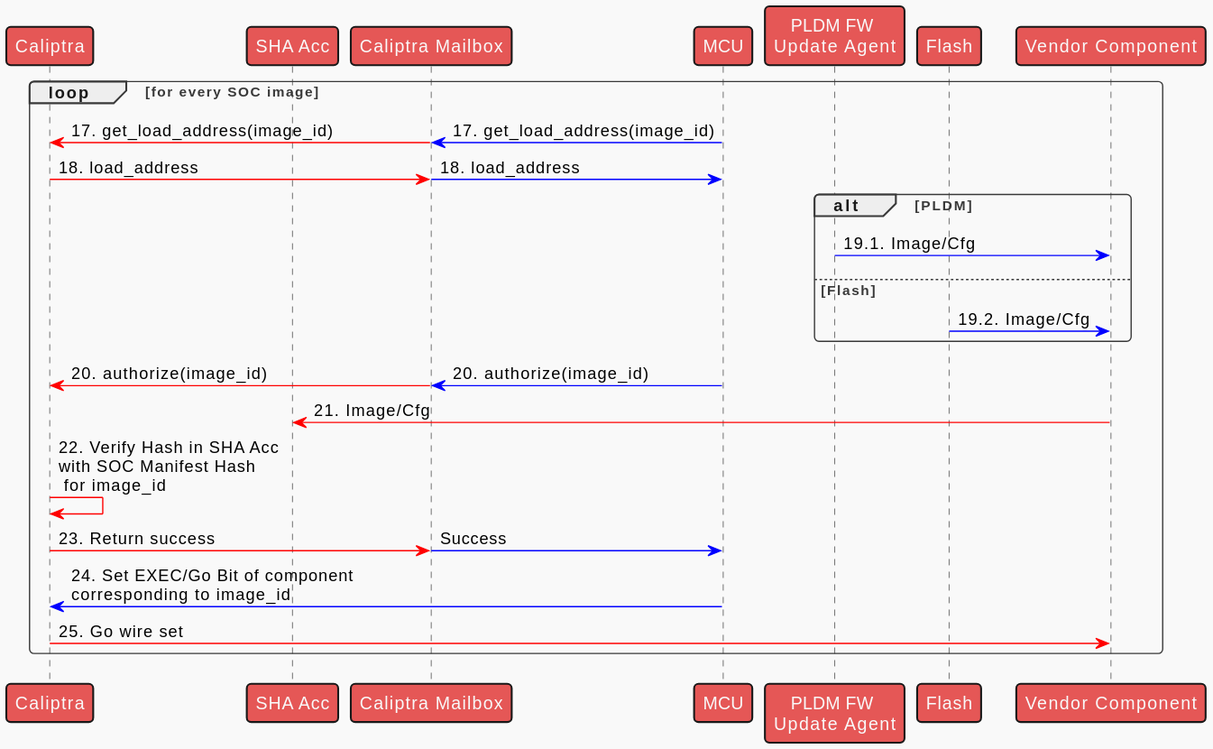
This is docs/src/images/image_loading_sequence_loop.svg from chipsalliance/caliptra-mcu-sw, a PlantUML export, as it was before one commit.
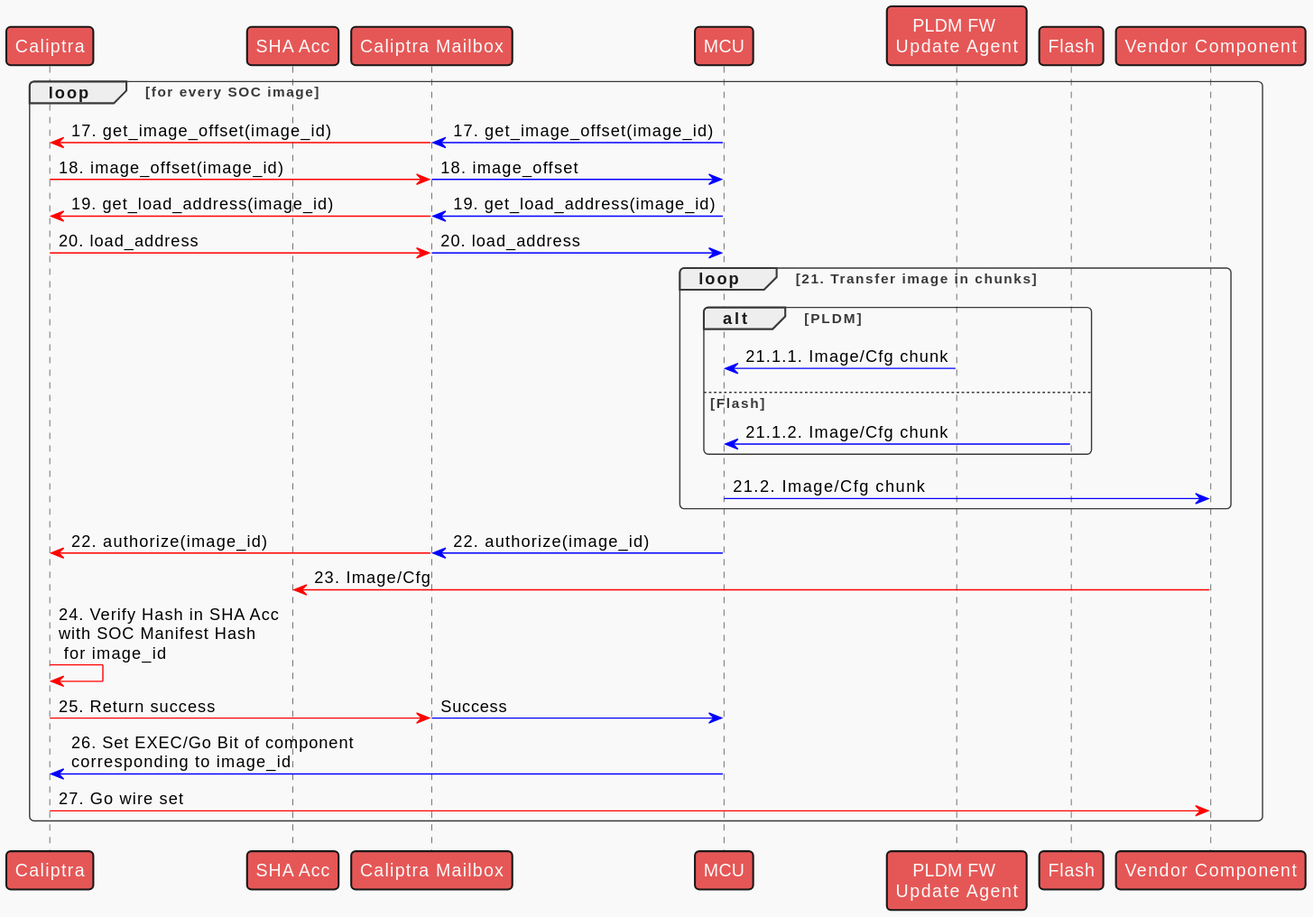
After the commit.

Commit message:
Add step to get the offset of the image using mailbox command

It is needed to get the offset of the image from caliptra so that MCU
can read the correct location in flash or in the downloaded PLDM image

Diff of the diagram source:
```diff
@@ -13,26 +13,36 @@
 
 
 loop for every SOC image
-MCU-[#blue]>Mailbox: 17. get_load_address(image_id)
-& Mailbox-[#red]>Caliptra:  17. get_load_address(image_id)
 
-Caliptra-[#red]>Mailbox: 18. load_address
-& Mailbox-[#blue]>MCU: 18. load_address
+MCU-[#blue]>Mailbox: 17. get_image_offset(image_id)
+& Mailbox-[#red]>Caliptra:  17. get_image_offset(image_id)
+
+Caliptra-[#red]>Mailbox: 18. image_offset(image_id)
+& Mailbox-[#blue]>MCU: 18. image_offset
+
+MCU-[#blue]>Mailbox: 19. get_load_address(image_id)
+& Mailbox-[#red]>Caliptra:  19. get_load_address(image_id)
+
+Caliptra-[#red]>Mailbox: 20. load_address
+& Mailbox-[#blue]>MCU: 20. load_address
+
+loop 21. Transfer image in chunks
 alt PLDM
 !pragma teoz true
-PLDM-[#blue]>component: 19.1. Image/Cfg
-
+PLDM-[#blue]>MCU: 21.1.1. Image/Cfg chunk
 else Flash
-Flash-[#blue]>component: 19.2. Image/Cfg
+Flash-[#blue]>MCU: 21.1.2. Image/Cfg chunk
 end
-MCU-[#blue]>Mailbox: 20. authorize(image_id)
-& Mailbox-[#red]>Caliptra: 20. authorize(image_id)
-component-[#red]>SHA: 21. Image/Cfg
-Caliptra-[#red]>Caliptra: 22. Verify Hash in SHA Acc \nwith SOC Manifest Hash\n for image_id
+MCU-[#blue]>component: 21.2. Image/Cfg  chunk
+end loop
+MCU-[#blue]>Mailbox: 22. authorize(image_id)
+& Mailbox-[#red]>Caliptra: 22. authorize(image_id)
+component-[#red]>SHA: 23. Image/Cfg
+Caliptra-[#red]>Caliptra: 24. Verify Hash in SHA Acc \nwith SOC Manifest Hash\n for image_id
 !pragma teoz true
-Caliptra-[#red]>Mailbox: 23. Return success
+Caliptra-[#red]>Mailbox: 25. Return success
 & Mailbox-[#blue]>MCU: Success
-MCU-[#blue]>Caliptra: 24. Set EXEC/Go Bit of component\ncorresponding to image_id
-Caliptra-[#red]>component: 25. Go wire set
+MCU-[#blue]>Caliptra: 26. Set EXEC/Go Bit of component\ncorresponding to image_id
+Caliptra-[#red]>component: 27. Go wire set
 end loop
 @enduml
```
